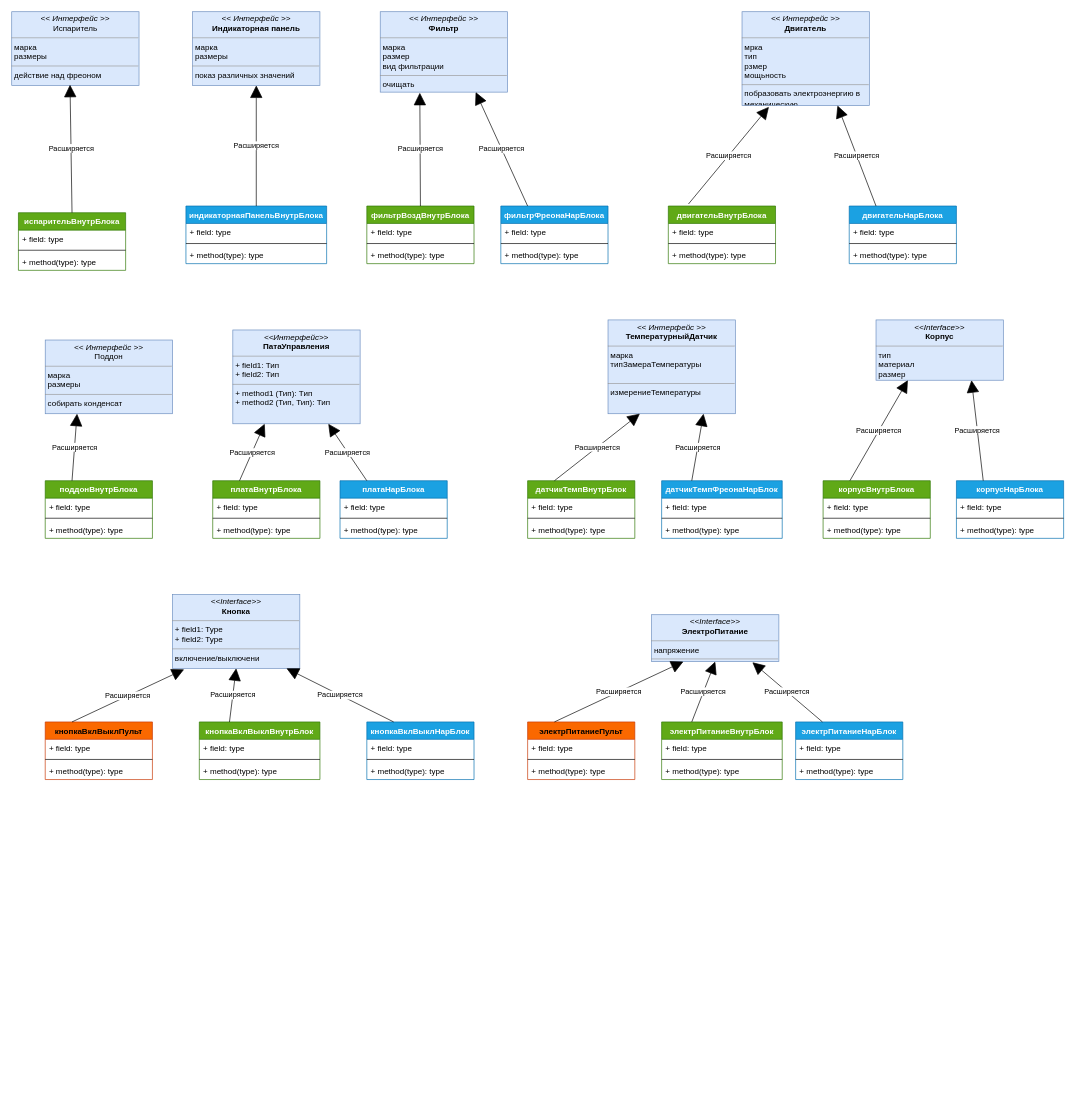
The draw.io diagram ДиагрКлассовКондиционер.drawio in NikolajGrom/Nik, before the edit. Source tidied: cells renumbered, new cells numbered last; positions are measured from the earlier drawing's top-left corner, leaving out a move shared by most shapes. Both pictures are drawn from the tidied source at 67%, with x=0, y=0 at pixel (11, 11).
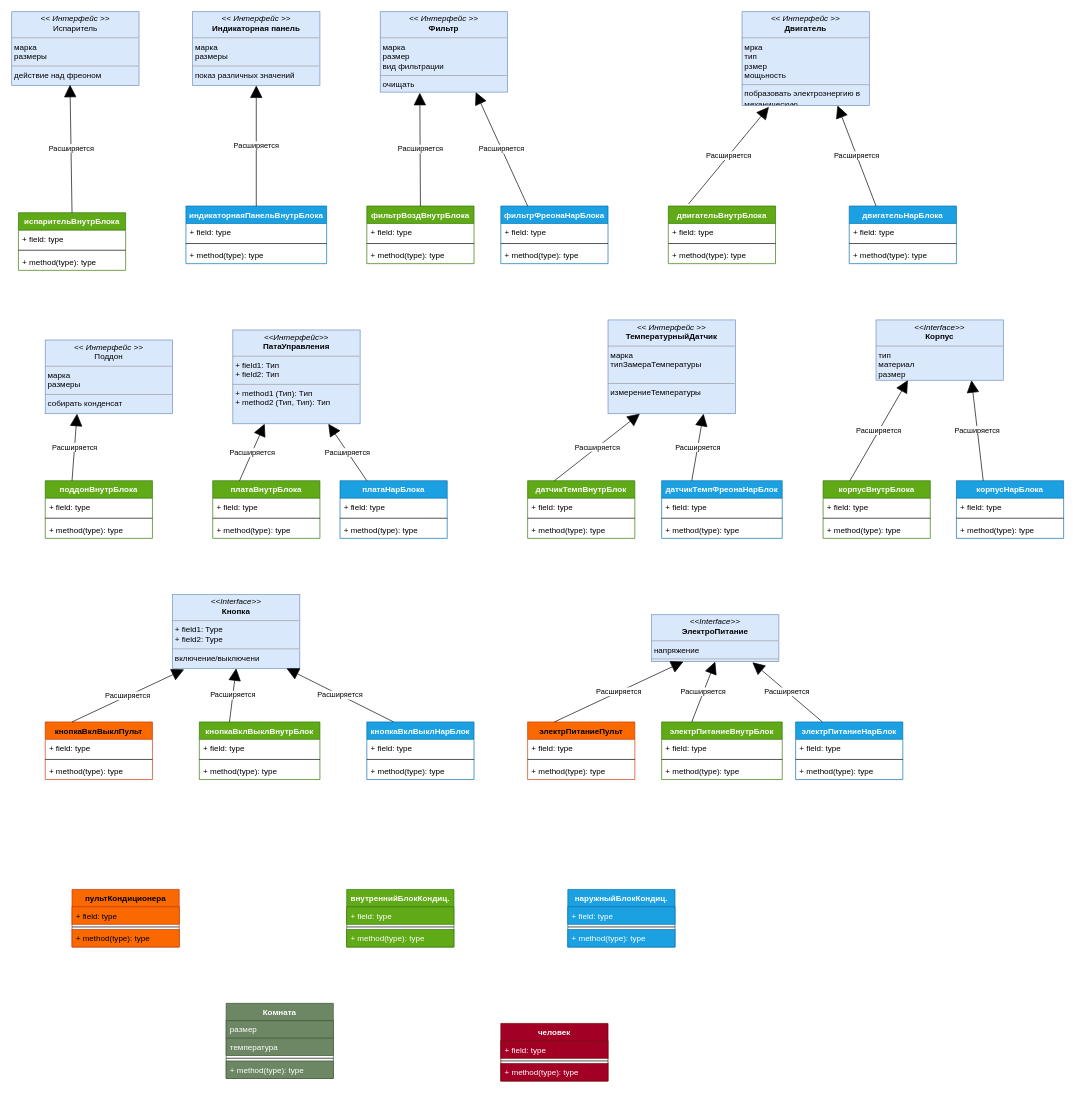
The same diagram, later.

Diff of the diagram source:
```diff
@@
+    <mxCell id="107" value="пультКондиционера" style="swimlane;fontStyle=1;align=center;verticalAlign=top;horizontal=1;startSize=26;fillColor=#fa6800;strokeColor=#C73500;fontColor=#000000;" parent="1" vertex="1">
+      <mxGeometry x="90" y="1310" width="160" height="86" as="geometry" />
+    </mxCell>
+    <mxCell id="108" value="+ field: type" style="text;strokeColor=#C73500;fillColor=#fa6800;align=left;verticalAlign=top;spacingLeft=4;spacingRight=4;overflow=hidden;fontColor=#000000;" parent="107" vertex="1">
+      <mxGeometry y="26" width="160" height="26" as="geometry" />
+    </mxCell>
+    <mxCell id="109" style="line;strokeWidth=1;fillColor=none;align=left;verticalAlign=middle;spacingTop=-1;spacingLeft=3;spacingRight=3;labelPosition=right;" parent="107" vertex="1">
+      <mxGeometry y="52" width="160" height="8" as="geometry" />
+    </mxCell>
+    <mxCell id="110" value="+ method(type): type" style="text;strokeColor=#C73500;fillColor=#fa6800;align=left;verticalAlign=top;spacingLeft=4;spacingRight=4;overflow=hidden;fontColor=#000000;" parent="107" vertex="1">
+      <mxGeometry y="60" width="160" height="26" as="geometry" />
+    </mxCell>
+    <mxCell id="111" value="внутреннийБлокКондиц." style="swimlane;fontStyle=1;align=center;verticalAlign=top;horizontal=1;startSize=26;fillColor=#60a917;strokeColor=#2D7600;fontColor=#ffffff;" parent="1" vertex="1">
+      <mxGeometry x="500" y="1310" width="160" height="86" as="geometry" />
+    </mxCell>
+    <mxCell id="112" value="+ field: type" style="text;strokeColor=#2D7600;fillColor=#60a917;align=left;verticalAlign=top;spacingLeft=4;spacingRight=4;overflow=hidden;fontColor=#ffffff;" parent="111" vertex="1">
+      <mxGeometry y="26" width="160" height="26" as="geometry" />
+    </mxCell>
+    <mxCell id="113" style="line;strokeWidth=1;fillColor=none;align=left;verticalAlign=middle;spacingTop=-1;spacingLeft=3;spacingRight=3;labelPosition=right;" parent="111" vertex="1">
+      <mxGeometry y="52" width="160" height="8" as="geometry" />
+    </mxCell>
+    <mxCell id="114" value="+ method(type): type" style="text;strokeColor=#2D7600;fillColor=#60a917;align=left;verticalAlign=top;spacingLeft=4;spacingRight=4;overflow=hidden;fontColor=#ffffff;" parent="111" vertex="1">
+      <mxGeometry y="60" width="160" height="26" as="geometry" />
+    </mxCell>
+    <mxCell id="115" value="наружныйБлокКондиц." style="swimlane;fontStyle=1;align=center;verticalAlign=top;horizontal=1;startSize=26;fillColor=#1ba1e2;strokeColor=#006EAF;fontColor=#ffffff;" parent="1" vertex="1">
+      <mxGeometry x="830" y="1310" width="160" height="86" as="geometry" />
+    </mxCell>
+    <mxCell id="116" value="+ field: type" style="text;strokeColor=#006EAF;fillColor=#1ba1e2;align=left;verticalAlign=top;spacingLeft=4;spacingRight=4;overflow=hidden;fontColor=#ffffff;" parent="115" vertex="1">
+      <mxGeometry y="26" width="160" height="26" as="geometry" />
+    </mxCell>
+    <mxCell id="117" style="line;strokeWidth=1;fillColor=none;align=left;verticalAlign=middle;spacingTop=-1;spacingLeft=3;spacingRight=3;labelPosition=right;" parent="115" vertex="1">
+      <mxGeometry y="52" width="160" height="8" as="geometry" />
+    </mxCell>
+    <mxCell id="118" value="+ method(type): type" style="text;strokeColor=#006EAF;fillColor=#1ba1e2;align=left;verticalAlign=top;spacingLeft=4;spacingRight=4;overflow=hidden;fontColor=#ffffff;" parent="115" vertex="1">
+      <mxGeometry y="60" width="160" height="26" as="geometry" />
+    </mxCell>
+    <mxCell id="119" value="Комната" style="swimlane;fontStyle=1;align=center;verticalAlign=top;horizontal=1;startSize=26;fillColor=#6d8764;strokeColor=#3A5431;fontColor=#ffffff;" parent="1" vertex="1">
+      <mxGeometry x="320" y="1480" width="160" height="112" as="geometry" />
+    </mxCell>
+    <mxCell id="120" value="размер" style="text;strokeColor=#3A5431;fillColor=#6d8764;align=left;verticalAlign=top;spacingLeft=4;spacingRight=4;overflow=hidden;fontColor=#ffffff;" parent="119" vertex="1">
+      <mxGeometry y="26" width="160" height="26" as="geometry" />
+    </mxCell>
+    <mxCell id="121" value="температура" style="text;strokeColor=#3A5431;fillColor=#6d8764;align=left;verticalAlign=top;spacingLeft=4;spacingRight=4;overflow=hidden;fontColor=#ffffff;" parent="119" vertex="1">
+      <mxGeometry y="52" width="160" height="26" as="geometry" />
+    </mxCell>
+    <mxCell id="122" style="line;strokeWidth=1;fillColor=none;align=left;verticalAlign=middle;spacingTop=-1;spacingLeft=3;spacingRight=3;labelPosition=right;" parent="119" vertex="1">
+      <mxGeometry y="78" width="160" height="8" as="geometry" />
+    </mxCell>
+    <mxCell id="123" value="+ method(type): type" style="text;strokeColor=#3A5431;fillColor=#6d8764;align=left;verticalAlign=top;spacingLeft=4;spacingRight=4;overflow=hidden;fontColor=#ffffff;" parent="119" vertex="1">
+      <mxGeometry y="86" width="160" height="26" as="geometry" />
+    </mxCell>
+    <mxCell id="124" value="человек" style="swimlane;fontStyle=1;align=center;verticalAlign=top;horizontal=1;startSize=26;fillColor=#a20025;strokeColor=#6F0000;fontColor=#ffffff;" parent="1" vertex="1">
+      <mxGeometry x="730" y="1510" width="160" height="86" as="geometry" />
+    </mxCell>
+    <mxCell id="125" value="+ field: type" style="text;strokeColor=#6F0000;fillColor=#a20025;align=left;verticalAlign=top;spacingLeft=4;spacingRight=4;overflow=hidden;fontColor=#ffffff;" parent="124" vertex="1">
+      <mxGeometry y="26" width="160" height="26" as="geometry" />
+    </mxCell>
+    <mxCell id="126" style="line;strokeWidth=1;fillColor=none;align=left;verticalAlign=middle;spacingTop=-1;spacingLeft=3;spacingRight=3;labelPosition=right;" parent="124" vertex="1">
+      <mxGeometry y="52" width="160" height="8" as="geometry" />
+    </mxCell>
+    <mxCell id="127" value="+ method(type): type" style="text;strokeColor=#6F0000;fillColor=#a20025;align=left;verticalAlign=top;spacingLeft=4;spacingRight=4;overflow=hidden;fontColor=#ffffff;" parent="124" vertex="1">
+      <mxGeometry y="60" width="160" height="26" as="geometry" />
+    </mxCell>
```
